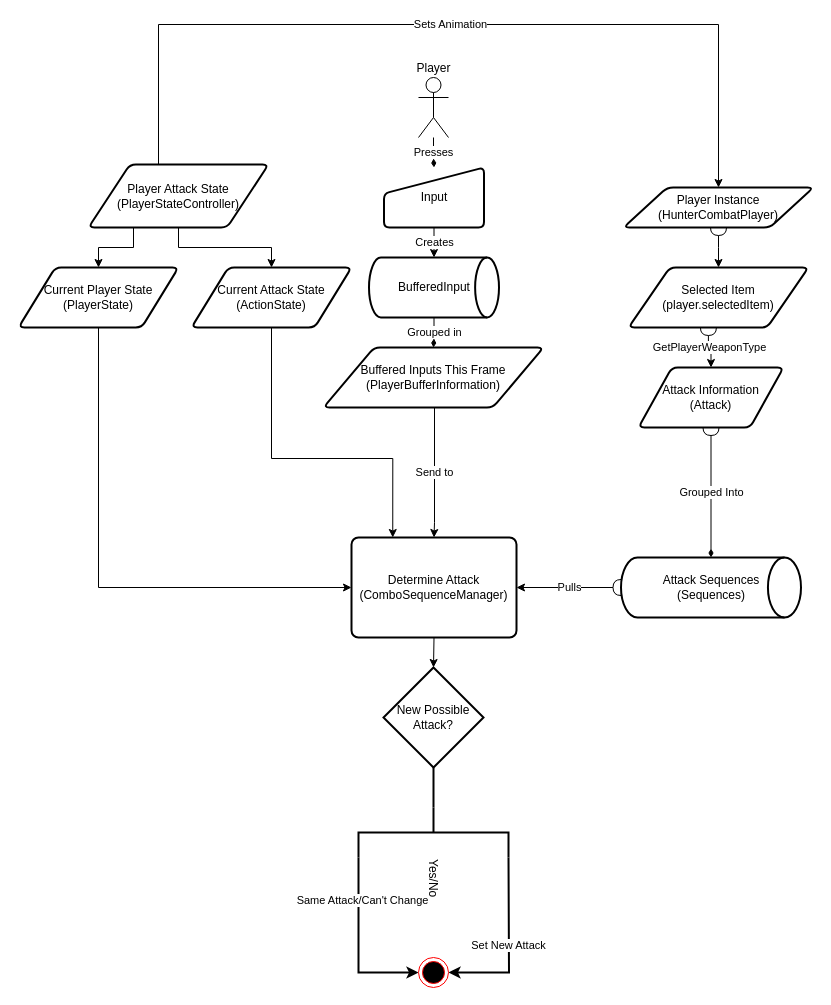
Gingerbreadman32/HunterCombatMR keeps this draw.io diagram as AttackFlowChart.drawio. Above is the earlier version. Source tidied: cells renumbered, new cells numbered last; positions are measured from the earlier drawing's top-left corner, leaving out a move shared by most shapes. Both pictures are drawn from the tidied source at 100%, with x=0, y=0 at pixel (18, 24).
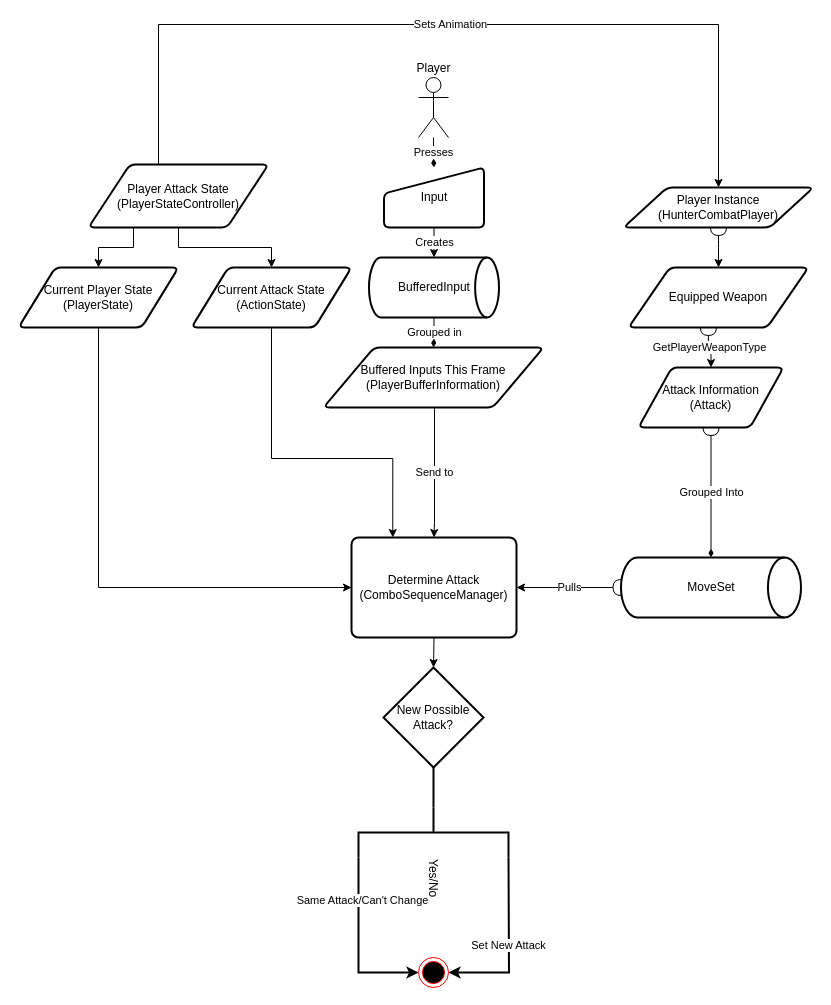
Above is the later version.

The edit, as a diff of the source:
```diff
@@
-    <mxCell id="8" value="Selected Item&lt;br&gt;(player.selectedItem)" style="shape=parallelogram;html=1;strokeWidth=2;perimeter=parallelogramPerimeter;whiteSpace=wrap;rounded=1;arcSize=12;size=0.23;" parent="1" vertex="1">
+    <mxCell id="8" value="Equipped Weapon" style="shape=parallelogram;html=1;strokeWidth=2;perimeter=parallelogramPerimeter;whiteSpace=wrap;rounded=1;arcSize=12;size=0.23;" parent="1" vertex="1">
       <mxGeometry x="610" y="243" width="180" height="60" as="geometry" />
     </mxCell>
@@
-    <mxCell id="10" value="Attack Sequences&lt;br&gt;(Sequences)" style="strokeWidth=2;html=1;shape=mxgraph.flowchart.direct_data;whiteSpace=wrap;" parent="1" vertex="1">
+    <mxCell id="10" value="MoveSet" style="strokeWidth=2;html=1;shape=mxgraph.flowchart.direct_data;whiteSpace=wrap;" parent="1" vertex="1">
       <mxGeometry x="602.5" y="533" width="180" height="60" as="geometry" />
     </mxCell>
```
